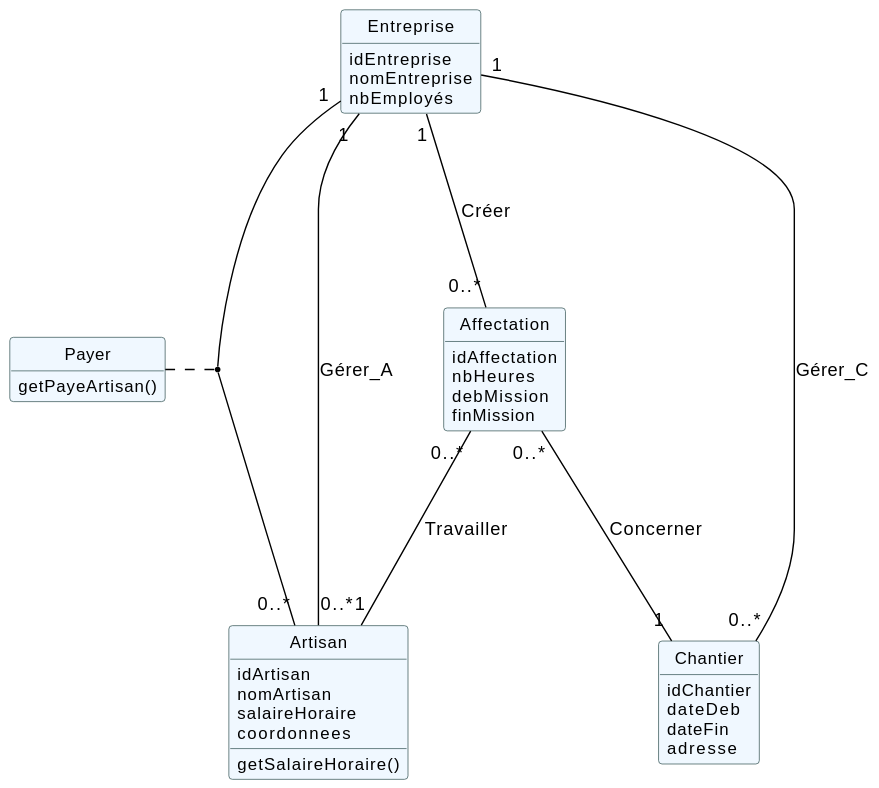
Earlier version of the PlantUML export dc.svg (IUT-Blagnac/r2-01-conception-td5-NolanJacquemont).
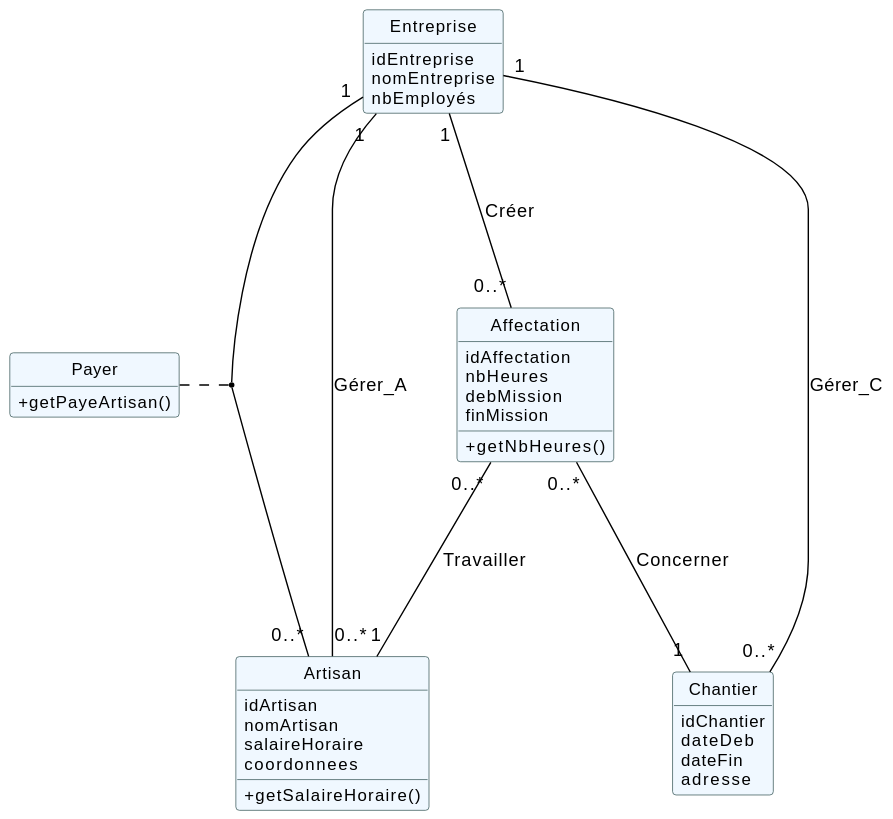
The same file after the commit.

Diff of the diagram source:
```diff
@@ -31,20 +31,20 @@
     salaireHoraire
     coordonnees
 }
-Artisan : getSalaireHoraire()
+Artisan : + getSalaireHoraire()
 class Chantier {
     idChantier
     dateDeb
     dateFin
     adresse
 }
-
 class Affectation {
     idAffectation
     nbHeures
     debMission
     finMission
 }
+Affectation : + getNbHeures()
 
 Entreprise "1" -- "0..*" Chantier : Gérer_C
 Entreprise "1" -- "0..*" Artisan : Gérer_A
@@ -53,7 +53,7 @@
 class Payer {
 
 }
-Payer : getPayeArtisan()
+Payer : + getPayeArtisan()
 Entreprise "1" --- "0..*" Affectation : Créer
 Affectation "0..*" --- "1" Chantier : Concerner
 Affectation "0..*" --- "1" Artisan : Travailler
```
